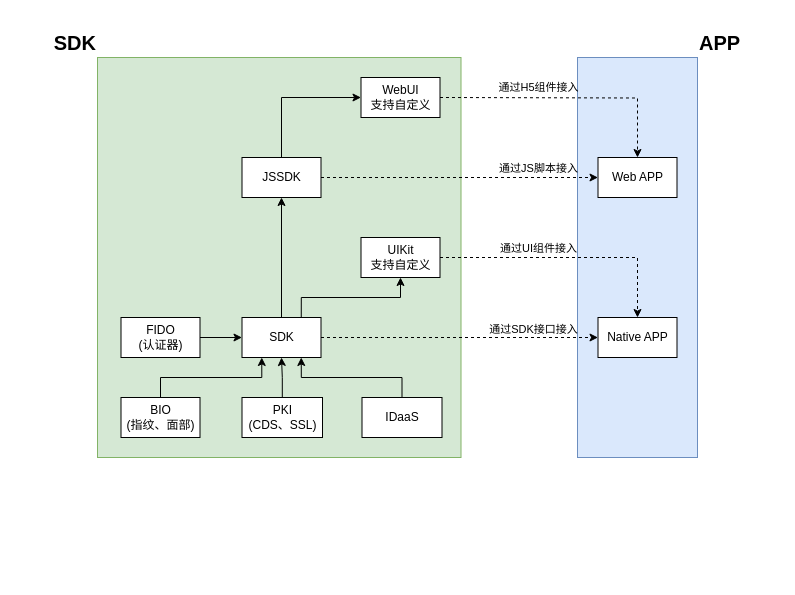
Above: 认证SDK结构图.drawio in mobof/Koal (draw.io), before the change. Source tidied: cells renumbered, new cells numbered last; positions are measured from the earlier drawing's top-left corner, leaving out a move shared by most shapes. Both pictures are drawn from the tidied source at 100%, with x=0, y=0 at pixel (97, 57).
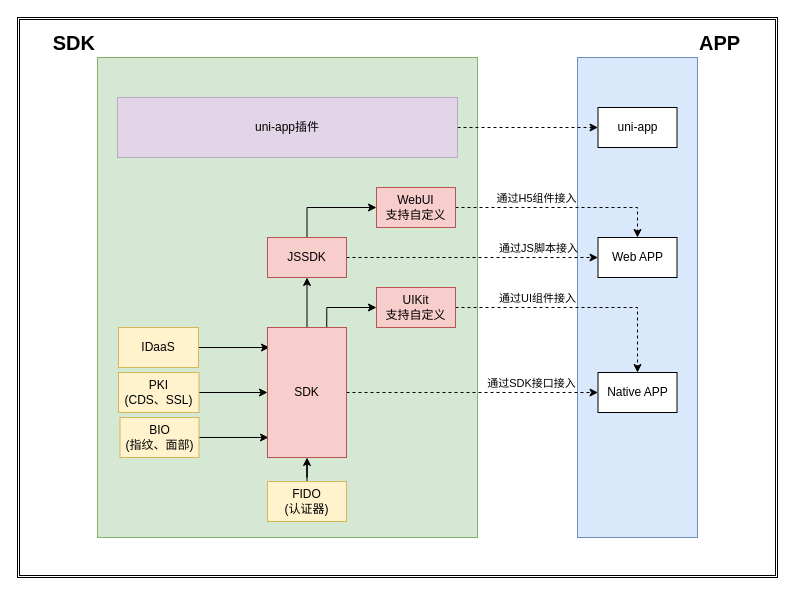
The same page after the edit.

Commit message:
Update 认证SDK结构图.drawio

The change refers to these unchanged cells:
```xml
<mxCell id="12" style="edgeStyle=orthogonalEdgeStyle;rounded=0;jettySize=auto;html=1;entryX=0;entryY=0.5;entryDx=0;entryDy=0;dashed=1;" parent="1" edge="1" source="14" target="24">
  <mxGeometry relative="1" as="geometry" />
</mxCell>
<mxCell id="16" style="edgeStyle=orthogonalEdgeStyle;rounded=0;jettySize=auto;html=1;dashed=1;" parent="1" edge="1" source="18" target="25">
  <mxGeometry relative="1" as="geometry" />
</mxCell>
<mxCell id="19" style="edgeStyle=orthogonalEdgeStyle;rounded=0;jettySize=auto;html=1;entryX=0.5;entryY=0;entryDx=0;entryDy=0;dashed=1;" parent="1" edge="1" source="21" target="24">
  <mxGeometry relative="1" as="geometry" />
</mxCell>
```

The edit, as a diff of the source:
```diff
@@
+    <mxCell id="28" style="shape=ext;double=1;rounded=0;whiteSpace=wrap;html=1;" parent="1" vertex="1">
+      <mxGeometry x="-80" y="-40" width="760" height="560" as="geometry" />
+    </mxCell>
     <mxCell id="2" value="&lt;b&gt;&lt;font style=&quot;font-size: 20px&quot;&gt;SDK&lt;/font&gt;&lt;/b&gt;" style="rounded=0;whiteSpace=wrap;html=1;fillColor=#d5e8d4;strokeColor=#82b366;labelPosition=left;verticalLabelPosition=top;align=right;verticalAlign=bottom;" parent="1" vertex="1">
-      <mxGeometry width="363.5" height="400" as="geometry" />
+      <mxGeometry width="380" height="480" as="geometry" />
     </mxCell>
     <mxCell id="3" value="&lt;font style=&quot;font-size: 20px&quot;&gt;&lt;b&gt;APP&lt;/b&gt;&lt;/font&gt;" style="rounded=0;whiteSpace=wrap;html=1;fillColor=#dae8fc;strokeColor=#6c8ebf;labelPosition=right;verticalLabelPosition=top;align=left;verticalAlign=bottom;" parent="1" vertex="1">
-      <mxGeometry x="480" width="120" height="400" as="geometry" />
+      <mxGeometry x="480" width="120" height="480" as="geometry" />
     </mxCell>
-    <mxCell id="4" style="edgeStyle=orthogonalEdgeStyle;rounded=0;jettySize=auto;html=1;entryX=0.5;entryY=1;entryDx=0;entryDy=0;" parent="1" edge="1" source="5" target="14">
+    <mxCell id="4" style="edgeStyle=orthogonalEdgeStyle;rounded=0;jettySize=auto;html=1;entryX=0;entryY=0.5;entryDx=0;entryDy=0;" parent="1" edge="1" source="5" target="14">
       <mxGeometry relative="1" as="geometry" />
     </mxCell>
-    <mxCell id="5" value="PKI&lt;br&gt;(CDS、SSL)" style="rounded=0;whiteSpace=wrap;html=1;" parent="1" vertex="1">
-      <mxGeometry x="144.5" y="340" width="80.5" height="40" as="geometry" />
+    <mxCell id="5" value="PKI&lt;br&gt;(CDS、SSL)" style="rounded=0;whiteSpace=wrap;html=1;fillColor=#fff2cc;strokeColor=#d6b656;" parent="1" vertex="1">
+      <mxGeometry x="21" y="315" width="80.5" height="40" as="geometry" />
     </mxCell>
-    <mxCell id="6" style="edgeStyle=orthogonalEdgeStyle;rounded=0;jettySize=auto;html=1;entryX=0.25;entryY=1;entryDx=0;entryDy=0;exitX=0.5;exitY=0;exitDx=0;exitDy=0;" parent="1" edge="1" source="7" target="14">
+    <mxCell id="6" style="edgeStyle=orthogonalEdgeStyle;rounded=0;jettySize=auto;html=1;entryX=0.013;entryY=0.846;entryDx=0;entryDy=0;entryPerimeter=0;" parent="1" edge="1" source="7" target="14">
       <mxGeometry relative="1" as="geometry" />
     </mxCell>
-    <mxCell id="7" value="BIO&lt;br&gt;(指纹、面部)" style="rounded=0;whiteSpace=wrap;html=1;" parent="1" vertex="1">
-      <mxGeometry x="23.5" y="340" width="79" height="40" as="geometry" />
+    <mxCell id="7" value="BIO&lt;br&gt;(指纹、面部)" style="rounded=0;whiteSpace=wrap;html=1;fillColor=#fff2cc;strokeColor=#d6b656;" parent="1" vertex="1">
+      <mxGeometry x="22.5" y="360" width="79" height="40" as="geometry" />
     </mxCell>
-    <mxCell id="8" style="edgeStyle=orthogonalEdgeStyle;rounded=0;jettySize=auto;html=1;entryX=0.75;entryY=1;entryDx=0;entryDy=0;" parent="1" edge="1" source="9" target="14">
-      <mxGeometry relative="1" as="geometry">
-        <Array as="points">
-          <mxPoint x="304.5" y="320" />
-          <mxPoint x="203.5" y="320" />
-        </Array>
-      </mxGeometry>
+    <mxCell id="8" style="edgeStyle=orthogonalEdgeStyle;rounded=0;jettySize=auto;html=1;entryX=0.025;entryY=0.154;entryDx=0;entryDy=0;entryPerimeter=0;" parent="1" edge="1" source="9" target="14">
+      <mxGeometry relative="1" as="geometry" />
     </mxCell>
-    <mxCell id="9" value="IDaaS" style="rounded=0;whiteSpace=wrap;html=1;" parent="1" vertex="1">
-      <mxGeometry x="264.5" y="340" width="80" height="40" as="geometry" />
+    <mxCell id="9" value="IDaaS" style="rounded=0;whiteSpace=wrap;html=1;fillColor=#fff2cc;strokeColor=#d6b656;" parent="1" vertex="1">
+      <mxGeometry x="21" y="270" width="80" height="40" as="geometry" />
     </mxCell>
@@
-    <mxCell id="11" style="edgeStyle=orthogonalEdgeStyle;rounded=0;jettySize=auto;html=1;entryX=0.5;entryY=1;entryDx=0;entryDy=0;exitX=0.75;exitY=0;exitDx=0;exitDy=0;" parent="1" edge="1" source="14" target="21">
+    <mxCell id="11" style="edgeStyle=orthogonalEdgeStyle;rounded=0;jettySize=auto;html=1;entryX=0;entryY=0.5;entryDx=0;entryDy=0;exitX=0.75;exitY=0;exitDx=0;exitDy=0;" parent="1" edge="1" source="14" target="21">
       <mxGeometry relative="1" as="geometry" />
     </mxCell>
@@
     <mxCell id="13" value="通过SDK接口接入" style="edgeLabel;html=1;align=center;verticalAlign=middle;labelBackgroundColor=none;" parent="12" vertex="1">
       <mxGeometry x="0.44" y="3" relative="1" as="geometry">
-        <mxPoint x="13" y="-6" as="offset" />
+        <mxPoint x="3" y="-7" as="offset" />
       </mxGeometry>
     </mxCell>
-    <mxCell id="14" value="SDK" style="rounded=0;whiteSpace=wrap;html=1;" parent="1" vertex="1">
-      <mxGeometry x="144.5" y="260" width="79" height="40" as="geometry" />
+    <mxCell id="14" value="SDK" style="rounded=0;whiteSpace=wrap;html=1;fillColor=#f8cecc;strokeColor=#b85450;" parent="1" vertex="1">
+      <mxGeometry x="170" y="270" width="79" height="130" as="geometry" />
     </mxCell>
@@
     <mxCell id="17" value="通过JS脚本接入" style="edgeLabel;html=1;align=center;verticalAlign=middle;labelBackgroundColor=none;" parent="16" vertex="1">
       <mxGeometry x="0.42" relative="1" as="geometry">
-        <mxPoint x="20" y="-10" as="offset" />
+        <mxPoint x="12" y="-10" as="offset" />
       </mxGeometry>
     </mxCell>
-    <mxCell id="18" value="JSSDK" style="rounded=0;whiteSpace=wrap;html=1;" parent="1" vertex="1">
-      <mxGeometry x="144.5" y="100" width="79" height="40" as="geometry" />
+    <mxCell id="18" value="JSSDK" style="rounded=0;whiteSpace=wrap;html=1;fillColor=#f8cecc;strokeColor=#b85450;" parent="1" vertex="1">
+      <mxGeometry x="170" y="180" width="79" height="40" as="geometry" />
     </mxCell>
@@
     <mxCell id="20" value="通过UI组件接入" style="edgeLabel;html=1;align=center;verticalAlign=middle;labelBackgroundColor=none;" parent="19" vertex="1">
       <mxGeometry x="-0.47" y="4" relative="1" as="geometry">
-        <mxPoint x="30" y="-6" as="offset" />
+        <mxPoint x="16" y="-6" as="offset" />
       </mxGeometry>
     </mxCell>
-    <mxCell id="21" value="UIKit&lt;br&gt;支持自定义" style="rounded=0;whiteSpace=wrap;html=1;" parent="1" vertex="1">
-      <mxGeometry x="263.5" y="180" width="79" height="40" as="geometry" />
+    <mxCell id="21" value="UIKit&lt;br&gt;支持自定义" style="rounded=0;whiteSpace=wrap;html=1;fillColor=#f8cecc;strokeColor=#b85450;" parent="1" vertex="1">
+      <mxGeometry x="279" y="230" width="79" height="40" as="geometry" />
     </mxCell>
-    <mxCell id="22" value="通过H5组件接入" style="edgeStyle=orthogonalEdgeStyle;rounded=0;jettySize=auto;html=1;dashed=1;labelBackgroundColor=none;entryX=0.5;entryY=0;entryDx=0;entryDy=0;" parent="1" edge="1" target="25">
-      <mxGeometry x="-0.24" y="10" relative="1" as="geometry">
-        <mxPoint x="342.5" y="40" as="sourcePoint" />
-      </mxGeometry>
+    <mxCell id="22" value="通过H5组件接入" style="edgeStyle=orthogonalEdgeStyle;rounded=0;jettySize=auto;html=1;dashed=1;labelBackgroundColor=none;entryX=0.5;entryY=0;entryDx=0;entryDy=0;exitX=1;exitY=0.5;exitDx=0;exitDy=0;" parent="1" edge="1" source="23" target="25">
+      <mxGeometry x="-0.24" y="9" relative="1" as="geometry" />
     </mxCell>
-    <mxCell id="23" value="WebUI&lt;br&gt;支持自定义" style="rounded=0;whiteSpace=wrap;html=1;" parent="1" vertex="1">
-      <mxGeometry x="263.5" y="20" width="79" height="40" as="geometry" />
+    <mxCell id="23" value="WebUI&lt;br&gt;支持自定义" style="rounded=0;whiteSpace=wrap;html=1;fillColor=#f8cecc;strokeColor=#b85450;" parent="1" vertex="1">
+      <mxGeometry x="279" y="130" width="79" height="40" as="geometry" />
     </mxCell>
     <mxCell id="24" value="Native APP" style="rounded=0;whiteSpace=wrap;html=1;" parent="1" vertex="1">
-      <mxGeometry x="500.5" y="260" width="79" height="40" as="geometry" />
+      <mxGeometry x="500.5" y="315" width="79" height="40" as="geometry" />
     </mxCell>
     <mxCell id="25" value="Web APP" style="rounded=0;whiteSpace=wrap;html=1;" parent="1" vertex="1">
-      <mxGeometry x="500.5" y="100" width="79" height="40" as="geometry" />
+      <mxGeometry x="500.5" y="180" width="79" height="40" as="geometry" />
     </mxCell>
-    <mxCell id="26" style="edgeStyle=orthogonalEdgeStyle;rounded=0;jettySize=auto;html=1;entryX=0;entryY=0.5;entryDx=0;entryDy=0;" parent="1" edge="1" source="27" target="14">
+    <mxCell id="26" style="edgeStyle=orthogonalEdgeStyle;rounded=0;jettySize=auto;html=1;entryX=0.5;entryY=1;entryDx=0;entryDy=0;" parent="1" edge="1" source="27" target="14">
       <mxGeometry relative="1" as="geometry" />
     </mxCell>
-    <mxCell id="27" value="FIDO&lt;br&gt;(认证器)" style="rounded=0;whiteSpace=wrap;html=1;" parent="1" vertex="1">
-      <mxGeometry x="23.5" y="260" width="79" height="40" as="geometry" />
+    <mxCell id="27" value="FIDO&lt;br&gt;(认证器)" style="rounded=0;whiteSpace=wrap;html=1;fillColor=#fff2cc;strokeColor=#d6b656;" parent="1" vertex="1">
+      <mxGeometry x="170" y="424" width="79" height="40" as="geometry" />
     </mxCell>
+    <mxCell id="29" value="uni-app" style="rounded=0;whiteSpace=wrap;html=1;" parent="1" vertex="1">
+      <mxGeometry x="500.5" y="50" width="79" height="40" as="geometry" />
+    </mxCell>
+    <mxCell id="30" style="edgeStyle=orthogonalEdgeStyle;rounded=0;jettySize=auto;html=1;entryX=0;entryY=0.5;entryDx=0;entryDy=0;dashed=1;" parent="1" edge="1" source="31" target="29">
+      <mxGeometry relative="1" as="geometry" />
+    </mxCell>
+    <mxCell id="31" value="uni-app插件" style="rounded=0;whiteSpace=wrap;html=1;dashed=1;dashPattern=1 1;fillColor=#e1d5e7;strokeColor=#9673a6;" parent="1" vertex="1">
+      <mxGeometry x="20" y="40" width="340" height="60" as="geometry" />
+    </mxCell>
```
